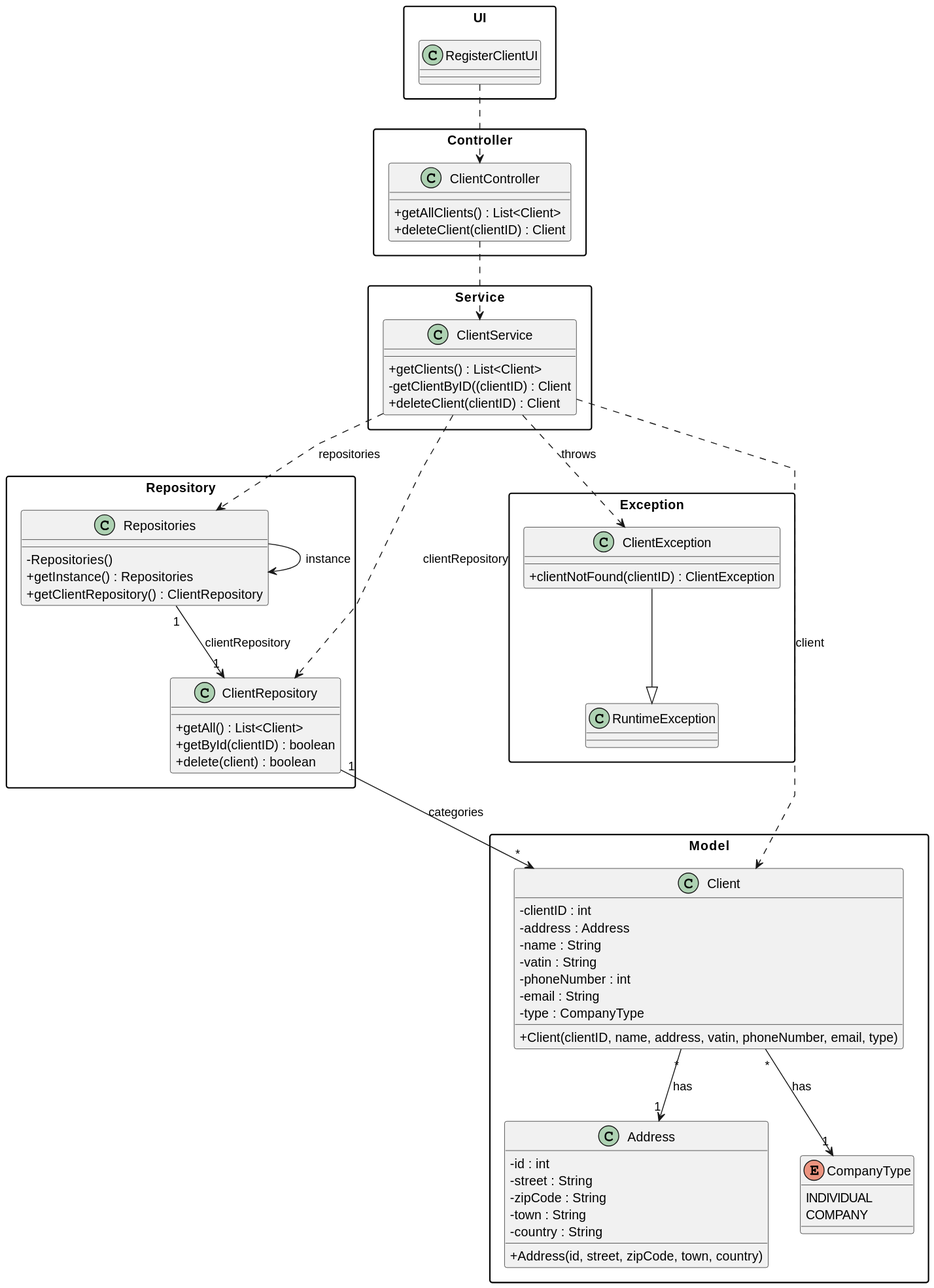
Above: documentation/user-stories/us002/03.design/svg/us002-class-diagram.svg in daniel41silva05/Production_Control_Industrial_ISEP (PlantUML), before the change.
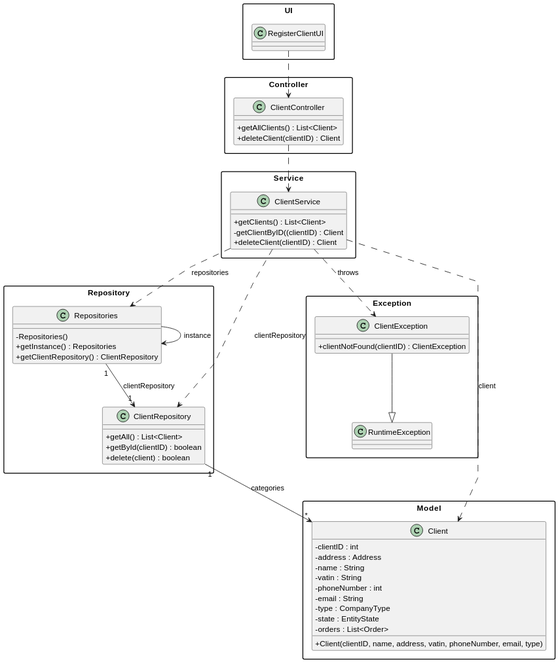
Above is the later version.

Change to the diagram source:
```diff
@@ -47,21 +47,9 @@
         -phoneNumber : int
         -email : String
         -type : CompanyType
+        -state : EntityState
+        -orders : List<Order>
         +Client(clientID, name, address, vatin, phoneNumber, email, type)
-    }
-
-    class Address {
-        -id : int
-        -street : String
-        -zipCode : String
-        -town : String
-        -country : String
-        +Address(id, street, zipCode, town, country)
-    }
-
-    enum CompanyType {
-        INDIVIDUAL
-        COMPANY
     }
 }
 
@@ -82,8 +70,6 @@
 Repositories --> Repositories : instance
 Repositories "1" --> "1" ClientRepository : clientRepository
 ClientRepository "1" --> "*" Client : categories
-Client "*" --> "1" Address : has
-Client "*" --> "1" CompanyType : has
 ClientService ..> ClientException : throws
 ClientException --|> RuntimeException
 @enduml
```
